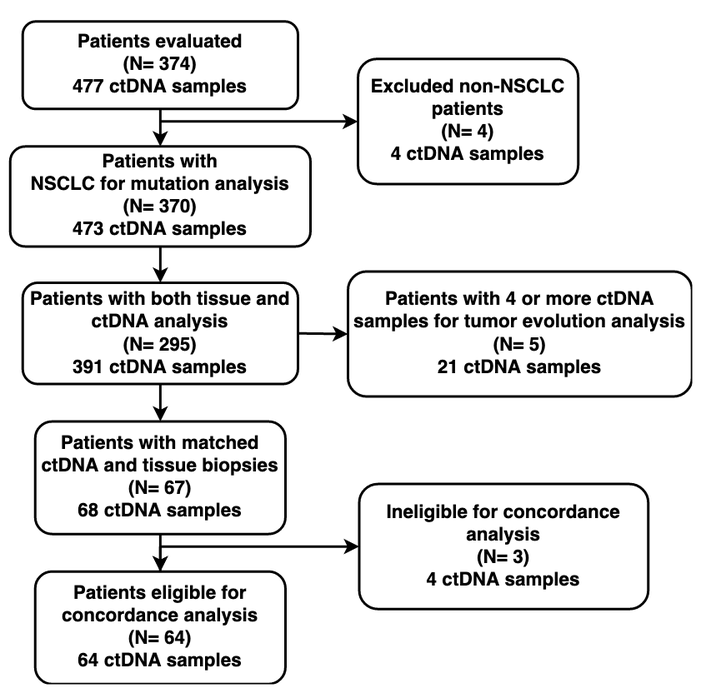
Earlier version of the draw.io export Patient cohort ctDNA.png (mumtahena/ctDNA_lung). Source tidied: cells renumbered, new cells last; positions are measured from the earlier drawing's top-left corner, leaving out a move shared by most shapes. Its diagram source:
```xml
<mxGraphModel>
  <root>
    <mxCell id="0" />
    <mxCell id="1" parent="0" />
    <mxCell id="2" value="&lt;div style=&quot;font-size: 15px;&quot;&gt;&lt;br style=&quot;font-size: 15px;&quot;&gt;&lt;/div&gt;&lt;div style=&quot;font-size: 15px;&quot;&gt;Patients evaluated&lt;/div&gt;&lt;div style=&quot;font-size: 15px;&quot;&gt;(N= 374)&lt;/div&gt;&lt;div style=&quot;font-size: 15px;&quot;&gt;477 ctDNA samples&lt;br style=&quot;font-size: 15px;&quot;&gt;&lt;/div&gt;&lt;div style=&quot;font-size: 15px;&quot;&gt;&lt;br style=&quot;font-size: 15px;&quot;&gt;&lt;/div&gt;" style="rounded=1;whiteSpace=wrap;html=1;fontSize=15;glass=0;strokeWidth=2;shadow=0;fontStyle=1;" parent="1" vertex="1">
      <mxGeometry x="10" width="220" height="70" as="geometry" />
    </mxCell>
    <mxCell id="3" value="&lt;div style=&quot;font-size: 15px;&quot;&gt;Excluded non-NSCLC &lt;br style=&quot;font-size: 15px;&quot;&gt;&lt;/div&gt;&lt;div style=&quot;font-size: 15px;&quot;&gt;patients &lt;br style=&quot;font-size: 15px;&quot;&gt;&lt;/div&gt;&lt;div style=&quot;font-size: 15px;&quot;&gt;(N= 4)&lt;br style=&quot;font-size: 15px;&quot;&gt;&lt;/div&gt;&lt;div style=&quot;font-size: 15px;&quot;&gt;4 ctDNA samples&lt;br style=&quot;font-size: 15px;&quot;&gt;&lt;/div&gt;" style="rounded=1;whiteSpace=wrap;html=1;fontSize=15;glass=0;strokeWidth=2;shadow=0;fontStyle=1;" parent="1" vertex="1">
      <mxGeometry x="278" y="30" width="176" height="100" as="geometry" />
    </mxCell>
    <mxCell id="4" style="edgeStyle=orthogonalEdgeStyle;rounded=0;jettySize=auto;html=1;strokeWidth=2;fontSize=15;fontStyle=1;" parent="1" edge="1" target="10">
      <mxGeometry relative="1" as="geometry">
        <mxPoint x="120" y="420" as="sourcePoint" />
      </mxGeometry>
    </mxCell>
    <mxCell id="5" value="&lt;div style=&quot;font-size: 15px;&quot;&gt;Patients with matched ctDNA and tissue biopsies&lt;/div&gt;&lt;div style=&quot;font-size: 15px;&quot;&gt;(N= 67)&lt;br style=&quot;font-size: 15px;&quot;&gt;&lt;/div&gt;&lt;div style=&quot;font-size: 15px;&quot;&gt;68 ctDNA samples&lt;br style=&quot;font-size: 15px;&quot;&gt;&lt;/div&gt;" style="rounded=1;whiteSpace=wrap;html=1;fontSize=15;glass=0;strokeWidth=2;shadow=0;fontStyle=1;" parent="1" vertex="1">
      <mxGeometry x="20" y="320" width="200" height="90" as="geometry" />
    </mxCell>
    <mxCell id="6" value="&lt;div style=&quot;font-size: 15px;&quot;&gt;Ineligible for concordance analysis&lt;/div&gt;&lt;div style=&quot;font-size: 15px;&quot;&gt;(N= 3)&lt;br style=&quot;font-size: 15px;&quot;&gt;&lt;/div&gt;&lt;div style=&quot;font-size: 15px;&quot;&gt;4 ctDNA samples&lt;br style=&quot;font-size: 15px;&quot;&gt;&lt;/div&gt;" style="rounded=1;whiteSpace=wrap;html=1;fontSize=15;glass=0;strokeWidth=2;shadow=0;fontStyle=1;" parent="1" vertex="1">
      <mxGeometry x="279" y="370" width="231" height="100" as="geometry" />
    </mxCell>
    <mxCell id="7" value="&lt;div style=&quot;font-size: 15px;&quot;&gt;Patients with&lt;/div&gt;&lt;div style=&quot;font-size: 15px;&quot;&gt;NSCLC for mutation analysis&lt;br style=&quot;font-size: 15px;&quot;&gt;&lt;/div&gt;&lt;div style=&quot;font-size: 15px;&quot;&gt;(N= 370)&lt;/div&gt;&lt;div style=&quot;font-size: 15px;&quot;&gt;473 ctDNA samples&lt;br style=&quot;font-size: 15px;&quot;&gt; &lt;/div&gt;" style="rounded=1;whiteSpace=wrap;html=1;strokeWidth=2;fontSize=15;fontStyle=1;" parent="1" vertex="1">
      <mxGeometry y="100" width="240" height="80" as="geometry" />
    </mxCell>
    <mxCell id="8" value="&lt;div style=&quot;font-size: 15px;&quot;&gt;Patients with both tissue and ctDNA analysis&lt;/div&gt;&lt;div style=&quot;font-size: 15px;&quot;&gt;(N= 295) &lt;br style=&quot;font-size: 15px;&quot;&gt;&lt;/div&gt;&lt;div style=&quot;font-size: 15px;&quot;&gt;391 ctDNA samples&lt;br style=&quot;font-size: 15px;&quot;&gt;&lt;/div&gt;" style="rounded=1;whiteSpace=wrap;html=1;strokeWidth=2;fontSize=15;fontStyle=1;" parent="1" vertex="1">
      <mxGeometry x="10" y="209" width="220" height="81" as="geometry" />
    </mxCell>
    <mxCell id="9" style="endArrow=classic;html=1;entryX=0.5;entryY=0;entryDx=0;entryDy=0;strokeWidth=2;fontSize=15;exitX=0.5;exitY=1;exitDx=0;exitDy=0;fontStyle=1;" parent="1" edge="1" source="5" target="10">
      <mxGeometry relative="1" as="geometry" />
    </mxCell>
    <mxCell id="10" value="&lt;div style=&quot;font-size: 15px;&quot;&gt;Patients eligible for concordance analysis&lt;/div&gt;&lt;div style=&quot;font-size: 15px;&quot;&gt;(N= 64) &lt;br style=&quot;font-size: 15px;&quot;&gt;&lt;/div&gt;&lt;div style=&quot;font-size: 15px;&quot;&gt;64 ctDNA samples&lt;br style=&quot;font-size: 15px;&quot;&gt;&lt;/div&gt;" style="rounded=1;whiteSpace=wrap;html=1;strokeWidth=2;fontSize=15;fontStyle=1;" parent="1" vertex="1">
      <mxGeometry x="20" y="440" width="200" height="90" as="geometry" />
    </mxCell>
    <mxCell id="11" style="endArrow=classic;html=1;exitX=0.5;exitY=1;exitDx=0;exitDy=0;entryX=0.5;entryY=0;entryDx=0;entryDy=0;strokeWidth=2;fontSize=15;fontStyle=1;" parent="1" edge="1" source="2" target="7">
      <mxGeometry relative="1" as="geometry" />
    </mxCell>
    <mxCell id="12" style="endArrow=classic;html=1;entryX=0;entryY=0.5;entryDx=0;entryDy=0;strokeWidth=2;fontSize=15;fontStyle=1;" parent="1" edge="1" target="3">
      <mxGeometry relative="1" as="geometry">
        <mxPoint x="120" y="80" as="sourcePoint" />
      </mxGeometry>
    </mxCell>
    <mxCell id="13" style="endArrow=classic;html=1;exitX=0.5;exitY=1;exitDx=0;exitDy=0;entryX=0.5;entryY=0;entryDx=0;entryDy=0;strokeWidth=2;fontSize=15;fontStyle=1;" parent="1" edge="1" source="7" target="8">
      <mxGeometry relative="1" as="geometry" />
    </mxCell>
    <mxCell id="14" style="endArrow=classic;html=1;exitX=0.5;exitY=1;exitDx=0;exitDy=0;entryX=0.5;entryY=0;entryDx=0;entryDy=0;strokeWidth=2;fontSize=15;fontStyle=1;" parent="1" edge="1" source="8" target="5">
      <mxGeometry relative="1" as="geometry" />
    </mxCell>
    <mxCell id="15" style="endArrow=classic;html=1;strokeWidth=2;fontSize=15;fontStyle=1;" parent="1" edge="1" target="6">
      <mxGeometry relative="1" as="geometry">
        <mxPoint x="120" y="420" as="sourcePoint" />
      </mxGeometry>
    </mxCell>
    <mxCell id="16" value="&lt;div style=&quot;font-size: 15px;&quot;&gt;Patients with 4 or more ctDNA samples for tumor evolution analysis&lt;br style=&quot;font-size: 15px;&quot;&gt;&lt;/div&gt;&lt;div style=&quot;font-size: 15px;&quot;&gt;(N= 5)&lt;br style=&quot;font-size: 15px;&quot;&gt;&lt;/div&gt;&lt;div style=&quot;font-size: 15px;&quot;&gt;21 ctDNA samples&lt;/div&gt;" style="rounded=1;whiteSpace=wrap;html=1;strokeWidth=2;fontSize=15;fontStyle=1;" parent="1" vertex="1">
      <mxGeometry x="270" y="200" width="275" height="100" as="geometry" />
    </mxCell>
    <mxCell id="17" style="endArrow=classic;html=1;exitX=1;exitY=0.5;exitDx=0;exitDy=0;strokeWidth=2;fontSize=15;entryX=0;entryY=0.5;entryDx=0;entryDy=0;fontStyle=1;" parent="1" edge="1" source="8" target="16">
      <mxGeometry relative="1" as="geometry" />
    </mxCell>
  </root>
</mxGraphModel>
```
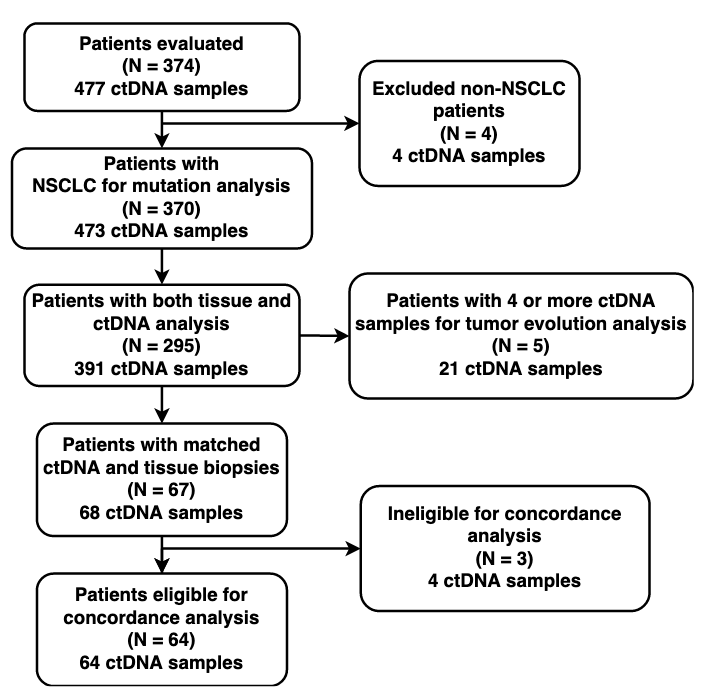
The same file after the commit.

The edit, as a diff of the source:
```diff
@@ -2,10 +2,10 @@
   <root>
     <mxCell id="0" />
     <mxCell id="1" parent="0" />
-    <mxCell id="2" value="&lt;div style=&quot;font-size: 15px;&quot;&gt;&lt;br style=&quot;font-size: 15px;&quot;&gt;&lt;/div&gt;&lt;div style=&quot;font-size: 15px;&quot;&gt;Patients evaluated&lt;/div&gt;&lt;div style=&quot;font-size: 15px;&quot;&gt;(N= 374)&lt;/div&gt;&lt;div style=&quot;font-size: 15px;&quot;&gt;477 ctDNA samples&lt;br style=&quot;font-size: 15px;&quot;&gt;&lt;/div&gt;&lt;div style=&quot;font-size: 15px;&quot;&gt;&lt;br style=&quot;font-size: 15px;&quot;&gt;&lt;/div&gt;" style="rounded=1;whiteSpace=wrap;html=1;fontSize=15;glass=0;strokeWidth=2;shadow=0;fontStyle=1;" parent="1" vertex="1">
+    <mxCell id="2" value="&lt;div style=&quot;font-size: 15px&quot;&gt;&lt;br style=&quot;font-size: 15px&quot;&gt;&lt;/div&gt;&lt;div style=&quot;font-size: 15px&quot;&gt;Patients evaluated&lt;/div&gt;&lt;div style=&quot;font-size: 15px&quot;&gt;(N = 374)&lt;/div&gt;&lt;div style=&quot;font-size: 15px&quot;&gt;477 ctDNA samples&lt;br style=&quot;font-size: 15px&quot;&gt;&lt;/div&gt;&lt;div style=&quot;font-size: 15px&quot;&gt;&lt;br style=&quot;font-size: 15px&quot;&gt;&lt;/div&gt;" style="rounded=1;whiteSpace=wrap;html=1;fontSize=15;glass=0;strokeWidth=2;shadow=0;fontStyle=1;" parent="1" vertex="1">
       <mxGeometry x="10" width="220" height="70" as="geometry" />
     </mxCell>
-    <mxCell id="3" value="&lt;div style=&quot;font-size: 15px;&quot;&gt;Excluded non-NSCLC &lt;br style=&quot;font-size: 15px;&quot;&gt;&lt;/div&gt;&lt;div style=&quot;font-size: 15px;&quot;&gt;patients &lt;br style=&quot;font-size: 15px;&quot;&gt;&lt;/div&gt;&lt;div style=&quot;font-size: 15px;&quot;&gt;(N= 4)&lt;br style=&quot;font-size: 15px;&quot;&gt;&lt;/div&gt;&lt;div style=&quot;font-size: 15px;&quot;&gt;4 ctDNA samples&lt;br style=&quot;font-size: 15px;&quot;&gt;&lt;/div&gt;" style="rounded=1;whiteSpace=wrap;html=1;fontSize=15;glass=0;strokeWidth=2;shadow=0;fontStyle=1;" parent="1" vertex="1">
+    <mxCell id="3" value="&lt;div style=&quot;font-size: 15px&quot;&gt;Excluded non-NSCLC &lt;br style=&quot;font-size: 15px&quot;&gt;&lt;/div&gt;&lt;div style=&quot;font-size: 15px&quot;&gt;patients &lt;br style=&quot;font-size: 15px&quot;&gt;&lt;/div&gt;&lt;div style=&quot;font-size: 15px&quot;&gt;(N = 4)&lt;br style=&quot;font-size: 15px&quot;&gt;&lt;/div&gt;&lt;div style=&quot;font-size: 15px&quot;&gt;4 ctDNA samples&lt;br style=&quot;font-size: 15px&quot;&gt;&lt;/div&gt;" style="rounded=1;whiteSpace=wrap;html=1;fontSize=15;glass=0;strokeWidth=2;shadow=0;fontStyle=1;" parent="1" vertex="1">
       <mxGeometry x="278" y="30" width="176" height="100" as="geometry" />
     </mxCell>
     <mxCell id="4" style="edgeStyle=orthogonalEdgeStyle;rounded=0;jettySize=auto;html=1;strokeWidth=2;fontSize=15;fontStyle=1;" parent="1" edge="1" target="10">
@@ -13,22 +13,22 @@
         <mxPoint x="120" y="420" as="sourcePoint" />
       </mxGeometry>
     </mxCell>
-    <mxCell id="5" value="&lt;div style=&quot;font-size: 15px;&quot;&gt;Patients with matched ctDNA and tissue biopsies&lt;/div&gt;&lt;div style=&quot;font-size: 15px;&quot;&gt;(N= 67)&lt;br style=&quot;font-size: 15px;&quot;&gt;&lt;/div&gt;&lt;div style=&quot;font-size: 15px;&quot;&gt;68 ctDNA samples&lt;br style=&quot;font-size: 15px;&quot;&gt;&lt;/div&gt;" style="rounded=1;whiteSpace=wrap;html=1;fontSize=15;glass=0;strokeWidth=2;shadow=0;fontStyle=1;" parent="1" vertex="1">
+    <mxCell id="5" value="&lt;div style=&quot;font-size: 15px&quot;&gt;Patients with matched ctDNA and tissue biopsies&lt;/div&gt;&lt;div style=&quot;font-size: 15px&quot;&gt;(N = 67)&lt;br style=&quot;font-size: 15px&quot;&gt;&lt;/div&gt;&lt;div style=&quot;font-size: 15px&quot;&gt;68 ctDNA samples&lt;br style=&quot;font-size: 15px&quot;&gt;&lt;/div&gt;" style="rounded=1;whiteSpace=wrap;html=1;fontSize=15;glass=0;strokeWidth=2;shadow=0;fontStyle=1;" parent="1" vertex="1">
       <mxGeometry x="20" y="320" width="200" height="90" as="geometry" />
     </mxCell>
-    <mxCell id="6" value="&lt;div style=&quot;font-size: 15px;&quot;&gt;Ineligible for concordance analysis&lt;/div&gt;&lt;div style=&quot;font-size: 15px;&quot;&gt;(N= 3)&lt;br style=&quot;font-size: 15px;&quot;&gt;&lt;/div&gt;&lt;div style=&quot;font-size: 15px;&quot;&gt;4 ctDNA samples&lt;br style=&quot;font-size: 15px;&quot;&gt;&lt;/div&gt;" style="rounded=1;whiteSpace=wrap;html=1;fontSize=15;glass=0;strokeWidth=2;shadow=0;fontStyle=1;" parent="1" vertex="1">
+    <mxCell id="6" value="&lt;div style=&quot;font-size: 15px&quot;&gt;Ineligible for concordance analysis&lt;/div&gt;&lt;div style=&quot;font-size: 15px&quot;&gt;(N = 3)&lt;br style=&quot;font-size: 15px&quot;&gt;&lt;/div&gt;&lt;div style=&quot;font-size: 15px&quot;&gt;4 ctDNA samples&lt;br style=&quot;font-size: 15px&quot;&gt;&lt;/div&gt;" style="rounded=1;whiteSpace=wrap;html=1;fontSize=15;glass=0;strokeWidth=2;shadow=0;fontStyle=1;" parent="1" vertex="1">
       <mxGeometry x="279" y="370" width="231" height="100" as="geometry" />
     </mxCell>
-    <mxCell id="7" value="&lt;div style=&quot;font-size: 15px;&quot;&gt;Patients with&lt;/div&gt;&lt;div style=&quot;font-size: 15px;&quot;&gt;NSCLC for mutation analysis&lt;br style=&quot;font-size: 15px;&quot;&gt;&lt;/div&gt;&lt;div style=&quot;font-size: 15px;&quot;&gt;(N= 370)&lt;/div&gt;&lt;div style=&quot;font-size: 15px;&quot;&gt;473 ctDNA samples&lt;br style=&quot;font-size: 15px;&quot;&gt; &lt;/div&gt;" style="rounded=1;whiteSpace=wrap;html=1;strokeWidth=2;fontSize=15;fontStyle=1;" parent="1" vertex="1">
+    <mxCell id="7" value="&lt;div style=&quot;font-size: 15px&quot;&gt;Patients with&lt;/div&gt;&lt;div style=&quot;font-size: 15px&quot;&gt;NSCLC for mutation analysis&lt;br style=&quot;font-size: 15px&quot;&gt;&lt;/div&gt;&lt;div style=&quot;font-size: 15px&quot;&gt;(N = 370)&lt;/div&gt;&lt;div style=&quot;font-size: 15px&quot;&gt;473 ctDNA samples&lt;br style=&quot;font-size: 15px&quot;&gt; &lt;/div&gt;" style="rounded=1;whiteSpace=wrap;html=1;strokeWidth=2;fontSize=15;fontStyle=1;" parent="1" vertex="1">
       <mxGeometry y="100" width="240" height="80" as="geometry" />
     </mxCell>
-    <mxCell id="8" value="&lt;div style=&quot;font-size: 15px;&quot;&gt;Patients with both tissue and ctDNA analysis&lt;/div&gt;&lt;div style=&quot;font-size: 15px;&quot;&gt;(N= 295) &lt;br style=&quot;font-size: 15px;&quot;&gt;&lt;/div&gt;&lt;div style=&quot;font-size: 15px;&quot;&gt;391 ctDNA samples&lt;br style=&quot;font-size: 15px;&quot;&gt;&lt;/div&gt;" style="rounded=1;whiteSpace=wrap;html=1;strokeWidth=2;fontSize=15;fontStyle=1;" parent="1" vertex="1">
+    <mxCell id="8" value="&lt;div style=&quot;font-size: 15px&quot;&gt;Patients with both tissue and ctDNA analysis&lt;/div&gt;&lt;div style=&quot;font-size: 15px&quot;&gt;(N = 295) &lt;br style=&quot;font-size: 15px&quot;&gt;&lt;/div&gt;&lt;div style=&quot;font-size: 15px&quot;&gt;391 ctDNA samples&lt;br style=&quot;font-size: 15px&quot;&gt;&lt;/div&gt;" style="rounded=1;whiteSpace=wrap;html=1;strokeWidth=2;fontSize=15;fontStyle=1;" parent="1" vertex="1">
       <mxGeometry x="10" y="209" width="220" height="81" as="geometry" />
     </mxCell>
     <mxCell id="9" style="endArrow=classic;html=1;entryX=0.5;entryY=0;entryDx=0;entryDy=0;strokeWidth=2;fontSize=15;exitX=0.5;exitY=1;exitDx=0;exitDy=0;fontStyle=1;" parent="1" edge="1" source="5" target="10">
       <mxGeometry relative="1" as="geometry" />
     </mxCell>
-    <mxCell id="10" value="&lt;div style=&quot;font-size: 15px;&quot;&gt;Patients eligible for concordance analysis&lt;/div&gt;&lt;div style=&quot;font-size: 15px;&quot;&gt;(N= 64) &lt;br style=&quot;font-size: 15px;&quot;&gt;&lt;/div&gt;&lt;div style=&quot;font-size: 15px;&quot;&gt;64 ctDNA samples&lt;br style=&quot;font-size: 15px;&quot;&gt;&lt;/div&gt;" style="rounded=1;whiteSpace=wrap;html=1;strokeWidth=2;fontSize=15;fontStyle=1;" parent="1" vertex="1">
+    <mxCell id="10" value="&lt;div style=&quot;font-size: 15px&quot;&gt;Patients eligible for concordance analysis&lt;/div&gt;&lt;div style=&quot;font-size: 15px&quot;&gt;(N = 64) &lt;br style=&quot;font-size: 15px&quot;&gt;&lt;/div&gt;&lt;div style=&quot;font-size: 15px&quot;&gt;64 ctDNA samples&lt;br style=&quot;font-size: 15px&quot;&gt;&lt;/div&gt;" style="rounded=1;whiteSpace=wrap;html=1;strokeWidth=2;fontSize=15;fontStyle=1;" parent="1" vertex="1">
       <mxGeometry x="20" y="440" width="200" height="90" as="geometry" />
     </mxCell>
     <mxCell id="11" style="endArrow=classic;html=1;exitX=0.5;exitY=1;exitDx=0;exitDy=0;entryX=0.5;entryY=0;entryDx=0;entryDy=0;strokeWidth=2;fontSize=15;fontStyle=1;" parent="1" edge="1" source="2" target="7">
@@ -50,7 +50,7 @@
         <mxPoint x="120" y="420" as="sourcePoint" />
       </mxGeometry>
     </mxCell>
-    <mxCell id="16" value="&lt;div style=&quot;font-size: 15px;&quot;&gt;Patients with 4 or more ctDNA samples for tumor evolution analysis&lt;br style=&quot;font-size: 15px;&quot;&gt;&lt;/div&gt;&lt;div style=&quot;font-size: 15px;&quot;&gt;(N= 5)&lt;br style=&quot;font-size: 15px;&quot;&gt;&lt;/div&gt;&lt;div style=&quot;font-size: 15px;&quot;&gt;21 ctDNA samples&lt;/div&gt;" style="rounded=1;whiteSpace=wrap;html=1;strokeWidth=2;fontSize=15;fontStyle=1;" parent="1" vertex="1">
+    <mxCell id="16" value="&lt;div style=&quot;font-size: 15px&quot;&gt;Patients with 4 or more ctDNA samples for tumor evolution analysis&lt;br style=&quot;font-size: 15px&quot;&gt;&lt;/div&gt;&lt;div style=&quot;font-size: 15px&quot;&gt;(N = 5)&lt;br style=&quot;font-size: 15px&quot;&gt;&lt;/div&gt;&lt;div style=&quot;font-size: 15px&quot;&gt;21 ctDNA samples&lt;/div&gt;" style="rounded=1;whiteSpace=wrap;html=1;strokeWidth=2;fontSize=15;fontStyle=1;" parent="1" vertex="1">
       <mxGeometry x="270" y="200" width="275" height="100" as="geometry" />
     </mxCell>
     <mxCell id="17" style="endArrow=classic;html=1;exitX=1;exitY=0.5;exitDx=0;exitDy=0;strokeWidth=2;fontSize=15;entryX=0;entryY=0.5;entryDx=0;entryDy=0;fontStyle=1;" parent="1" edge="1" source="8" target="16">
```
